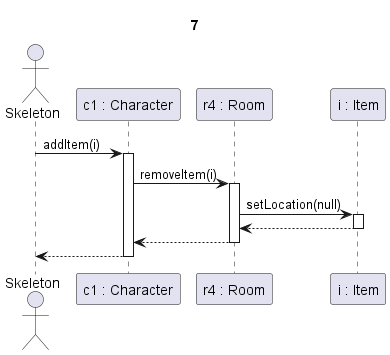
Above: partII_sequence diagrams/out/7/Targyfelvéte sikeres.png in kipolaris/skyrimscriptsuttogok (PlantUML), before the change.
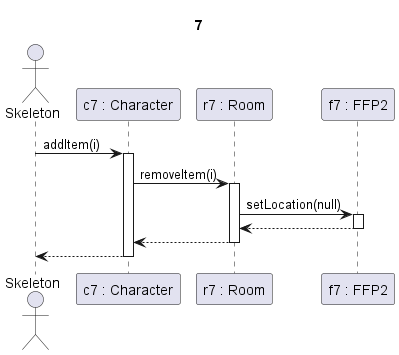
After the commit.

Diff of the diagram source:
```diff
@@ -3,9 +3,9 @@
 Title 7
 
 actor Skeleton as s
-participant "c1 : Character" as c
-participant "r4 : Room" as r4
-participant "i : Item" as i
+participant "c7 : Character" as c
+participant "r7 : Room" as r4
+participant "f7 : FFP2" as i
 
 s->c ++: addItem(i)
 c -> r4 ++: removeItem(i)
```
